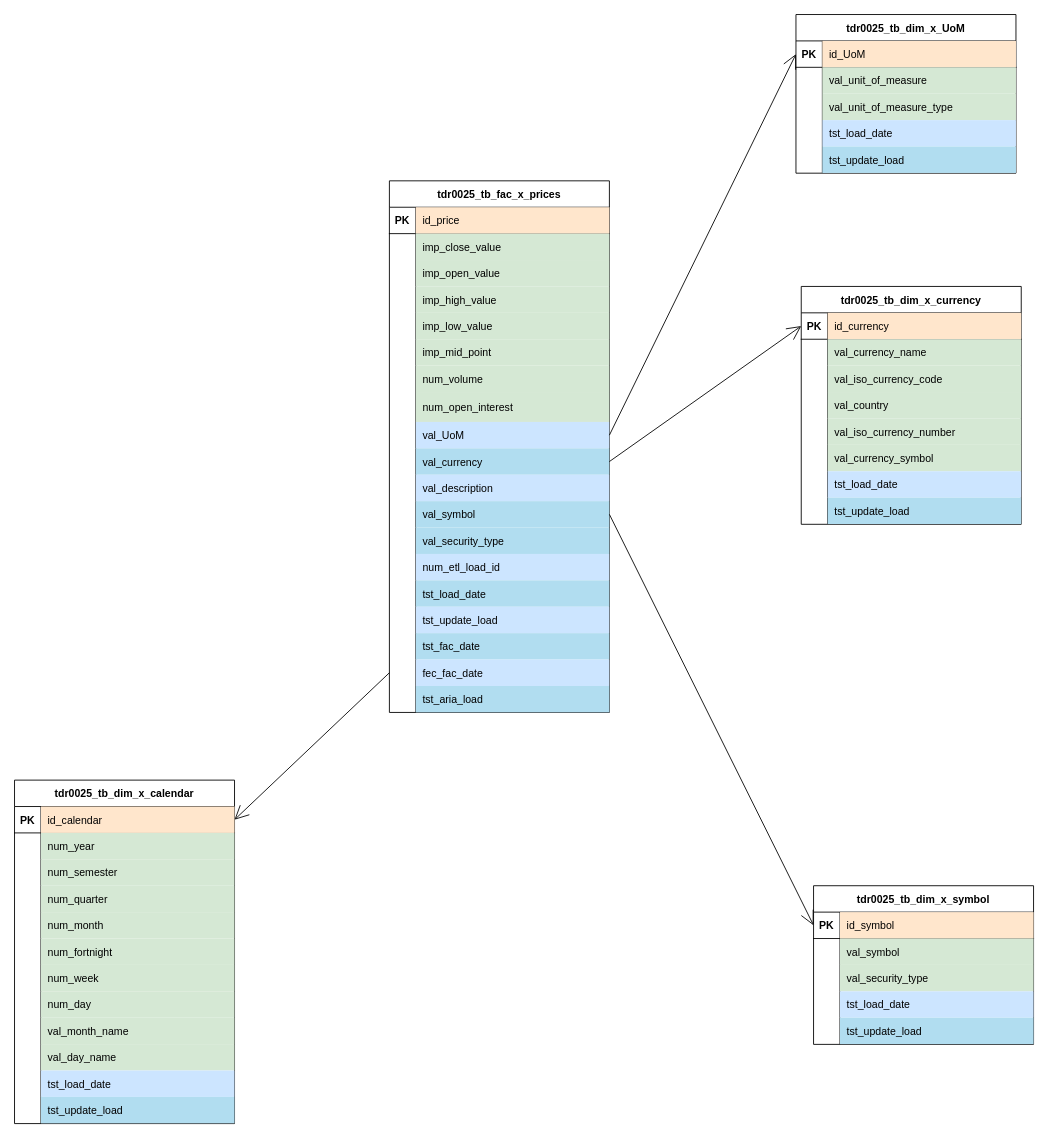
robertoOlmedo/TDDPublic keeps this draw.io diagram as ModeloDatosMiniPoc.drawio. Above is the earlier version. Source tidied: cells renumbered, new cells numbered last; positions are measured from the earlier drawing's top-left corner, leaving out a move shared by most shapes. Both pictures are drawn from the tidied source at 88%, with x=0, y=0 at pixel (14, 14).
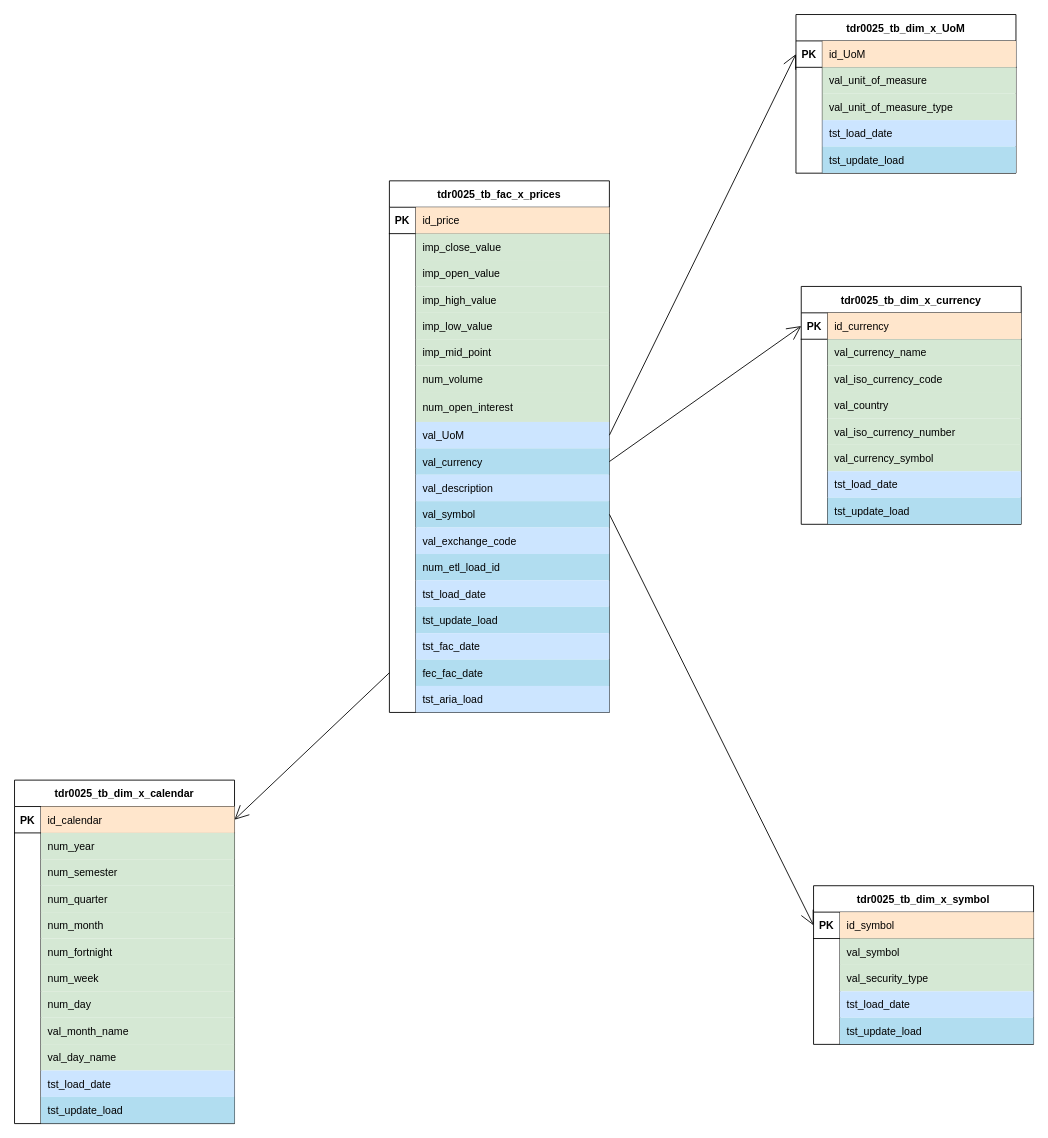
The same page after the edit.

Commit message:
Añadido val exchage code a fac prices

Unchanged cells that the change refers to:
```xml
<mxCell id="33" style="shape=partialRectangle;fillColor=none;top=0;left=0;right=0;bottom=0;rounded=0;" parent="2" vertex="1">
  <mxGeometry y="334" width="250" height="30" as="geometry" />
</mxCell>
<mxCell id="39" style="shape=partialRectangle;fillColor=none;top=0;left=0;right=0;bottom=0;rounded=0;" parent="2" vertex="1">
  <mxGeometry y="394" width="250" height="30" as="geometry" />
</mxCell>
<mxCell id="42" style="shape=partialRectangle;fillColor=none;top=0;left=0;right=0;bottom=0;rounded=0;" parent="2" vertex="1">
  <mxGeometry y="424" width="250" height="30" as="geometry" />
</mxCell>
<mxCell id="45" style="shape=partialRectangle;fillColor=none;top=0;left=0;right=0;bottom=0;rounded=0;" parent="2" vertex="1">
  <mxGeometry y="454" width="250" height="30" as="geometry" />
</mxCell>
<mxCell id="48" style="shape=partialRectangle;fillColor=none;top=0;left=0;right=0;bottom=0;rounded=0;" parent="2" vertex="1">
  <mxGeometry y="484" width="250" height="30" as="geometry" />
</mxCell>
<mxCell id="51" style="shape=partialRectangle;fillColor=none;top=0;left=0;right=0;bottom=0;rounded=0;" parent="2" vertex="1">
  <mxGeometry y="514" width="250" height="30" as="geometry" />
</mxCell>
<mxCell id="54" style="shape=partialRectangle;fillColor=none;points=[[0,0.5],[1,0.5]];portConstraint=eastwest;top=0;left=0;right=0;bottom=0;rounded=0;" parent="2" vertex="1">
  <mxGeometry y="544" width="250" height="30" as="geometry" />
</mxCell>
<mxCell id="57" style="shape=partialRectangle;fillColor=none;top=0;left=0;right=0;bottom=0;rounded=0;" parent="2" vertex="1">
  <mxGeometry y="574" width="250" height="30" as="geometry" />
</mxCell>
```

Change to the diagram source:
```diff
@@
-    <mxCell id="35" value="val_description" style="shape=partialRectangle;overflow=hidden;fillColor=#cce5ff;top=0;left=0;bottom=0;right=0;align=left;spacingLeft=6;strokeColor=#36393d;perimeterSpacing=1;rounded=0;" parent="33" vertex="1">
+    <mxCell id="35" value="val_description" style="shape=partialRectangle;overflow=hidden;fillColor=#CCE5FF;top=0;left=0;bottom=0;right=0;align=left;spacingLeft=6;strokeColor=#36393d;perimeterSpacing=1;rounded=0;" parent="33" vertex="1">
       <mxGeometry x="30" width="220" height="30" as="geometry" />
     </mxCell>
@@
-    <mxCell id="41" value="val_security_type" style="shape=partialRectangle;overflow=hidden;fillColor=#b1ddf0;top=0;left=0;bottom=0;right=0;align=left;spacingLeft=6;strokeColor=#10739e;perimeterSpacing=1;rounded=0;" parent="39" vertex="1">
-      <mxGeometry x="30" width="220" height="30" as="geometry" />
-    </mxCell>
+    <mxCell id="158" value="val_exchange_code" style="shape=partialRectangle;overflow=hidden;fillColor=#CCE5FF;top=0;left=0;bottom=0;right=0;align=left;spacingLeft=6;strokeColor=#000000;perimeterSpacing=1;rounded=0;strokeWidth=1;gradientColor=none;" parent="39" vertex="1">
+      <mxGeometry x="30" width="220" height="30" as="geometry" />
+    </mxCell>
@@
-    <mxCell id="44" value="num_etl_load_id" style="shape=partialRectangle;overflow=hidden;fillColor=#cce5ff;top=0;left=0;bottom=0;right=0;align=left;spacingLeft=6;strokeColor=#36393d;perimeterSpacing=1;rounded=0;" parent="42" vertex="1">
+    <mxCell id="44" value="num_etl_load_id" style="shape=partialRectangle;overflow=hidden;fillColor=#B1DDF0;top=0;left=0;bottom=0;right=0;align=left;spacingLeft=6;strokeColor=#36393d;perimeterSpacing=1;rounded=0;" parent="42" vertex="1">
       <mxGeometry x="30" width="220" height="30" as="geometry" />
     </mxCell>
@@
-    <mxCell id="47" value="tst_load_date" style="shape=partialRectangle;overflow=hidden;fillColor=#b1ddf0;top=0;left=0;bottom=0;right=0;align=left;spacingLeft=6;strokeColor=#10739e;perimeterSpacing=1;rounded=0;" parent="45" vertex="1">
+    <mxCell id="47" value="tst_load_date" style="shape=partialRectangle;overflow=hidden;fillColor=#CCE5FF;top=0;left=0;bottom=0;right=0;align=left;spacingLeft=6;strokeColor=#10739e;perimeterSpacing=1;rounded=0;" parent="45" vertex="1">
       <mxGeometry x="30" width="220" height="30" as="geometry" />
     </mxCell>
@@
-    <mxCell id="50" value="tst_update_load" style="shape=partialRectangle;overflow=hidden;fillColor=#cce5ff;top=0;left=0;bottom=0;right=0;align=left;spacingLeft=6;strokeColor=#36393d;perimeterSpacing=1;rounded=0;" parent="48" vertex="1">
+    <mxCell id="50" value="tst_update_load" style="shape=partialRectangle;overflow=hidden;fillColor=#B1DDF0;top=0;left=0;bottom=0;right=0;align=left;spacingLeft=6;strokeColor=#36393d;perimeterSpacing=1;rounded=0;" parent="48" vertex="1">
       <mxGeometry x="30" width="220" height="30" as="geometry" />
     </mxCell>
@@
-    <mxCell id="53" value="tst_fac_date" style="shape=partialRectangle;overflow=hidden;fillColor=#b1ddf0;top=0;left=0;bottom=0;right=0;align=left;spacingLeft=6;strokeColor=#10739e;perimeterSpacing=1;rounded=0;" parent="51" vertex="1">
+    <mxCell id="53" value="tst_fac_date" style="shape=partialRectangle;overflow=hidden;fillColor=#CCE5FF;top=0;left=0;bottom=0;right=0;align=left;spacingLeft=6;strokeColor=#10739e;perimeterSpacing=1;rounded=0;" parent="51" vertex="1">
       <mxGeometry x="30" width="220" height="30" as="geometry" />
     </mxCell>
@@
-    <mxCell id="56" value="fec_fac_date" style="shape=partialRectangle;overflow=hidden;fillColor=#cce5ff;top=0;left=0;bottom=0;right=0;align=left;spacingLeft=6;strokeColor=#36393d;perimeterSpacing=1;rounded=0;" parent="54" vertex="1">
+    <mxCell id="56" value="fec_fac_date" style="shape=partialRectangle;overflow=hidden;fillColor=#B1DDF0;top=0;left=0;bottom=0;right=0;align=left;spacingLeft=6;strokeColor=#36393d;perimeterSpacing=1;rounded=0;" parent="54" vertex="1">
       <mxGeometry x="30" width="220" height="30" as="geometry" />
     </mxCell>
@@
-    <mxCell id="59" value="tst_aria_load" style="shape=partialRectangle;overflow=hidden;fillColor=#b1ddf0;top=0;left=0;bottom=0;right=0;align=left;spacingLeft=6;strokeColor=#000000;perimeterSpacing=1;rounded=0;strokeWidth=1;gradientColor=none;" parent="57" vertex="1">
+    <mxCell id="59" value="tst_aria_load" style="shape=partialRectangle;overflow=hidden;fillColor=#CCE5FF;top=0;left=0;bottom=0;right=0;align=left;spacingLeft=6;strokeColor=#000000;perimeterSpacing=1;rounded=0;strokeWidth=1;gradientColor=none;" parent="57" vertex="1">
       <mxGeometry x="30" width="220" height="30" as="geometry" />
     </mxCell>
```
